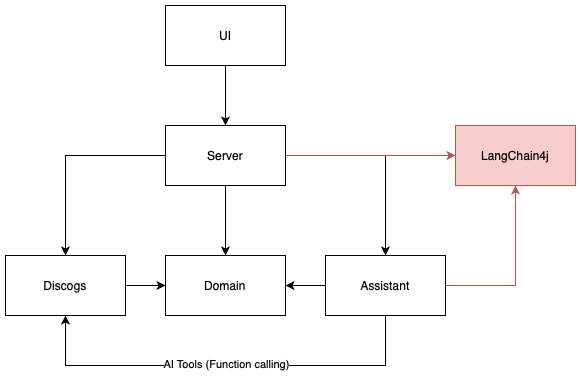
The draw.io diagram assets/vinyl-recommender-architecture.png in gpr-indevelopment/ai-vinyl-specialist, before a commit. Source tidied: cells renumbered, new cells last; positions are measured from the earlier drawing's top-left corner, leaving out a move shared by most shapes.
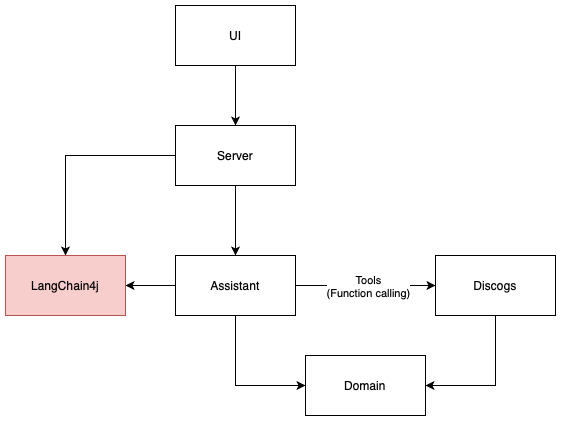
Above is the later version.

Change to the diagram source:
```diff
@@ -2,51 +2,40 @@
   <root>
     <mxCell id="0" />
     <mxCell id="1" parent="0" />
-    <mxCell id="2" style="edgeStyle=orthogonalEdgeStyle;rounded=0;jettySize=auto;html=1;" parent="1" edge="1" source="6" target="8">
-      <mxGeometry relative="1" as="geometry" />
-    </mxCell>
     <mxCell id="3" style="edgeStyle=orthogonalEdgeStyle;rounded=0;jettySize=auto;html=1;entryX=0.5;entryY=0;entryDx=0;entryDy=0;" parent="1" edge="1" source="6" target="9">
       <mxGeometry relative="1" as="geometry" />
     </mxCell>
-    <mxCell id="4" style="edgeStyle=orthogonalEdgeStyle;rounded=0;jettySize=auto;html=1;" parent="1" edge="1" source="6" target="14">
-      <mxGeometry relative="1" as="geometry" />
-    </mxCell>
-    <mxCell id="5" style="edgeStyle=orthogonalEdgeStyle;rounded=0;jettySize=auto;html=1;entryX=0;entryY=0.5;entryDx=0;entryDy=0;fillColor=#f8cecc;strokeColor=#b85450;" parent="1" edge="1" source="6" target="17">
+    <mxCell id="5" style="edgeStyle=orthogonalEdgeStyle;rounded=0;jettySize=auto;html=1;" parent="1" edge="1" source="6" target="17">
       <mxGeometry relative="1" as="geometry" />
     </mxCell>
     <mxCell id="6" value="Server" style="rounded=0;whiteSpace=wrap;html=1;" parent="1" vertex="1">
       <mxGeometry x="160" y="120" width="120" height="60" as="geometry" />
     </mxCell>
-    <mxCell id="7" style="edgeStyle=orthogonalEdgeStyle;rounded=0;jettySize=auto;html=1;entryX=0;entryY=0.5;entryDx=0;entryDy=0;" parent="1" edge="1" source="8" target="9">
-      <mxGeometry relative="1" as="geometry" />
-    </mxCell>
-    <mxCell id="8" value="Discogs" style="rounded=0;whiteSpace=wrap;html=1;" parent="1" vertex="1">
-      <mxGeometry y="250" width="120" height="60" as="geometry" />
+    <mxCell id="8" value="Domain" style="rounded=0;whiteSpace=wrap;html=1;" parent="1" vertex="1">
+      <mxGeometry x="290" y="350" width="120" height="60" as="geometry" />
     </mxCell>
+    <mxCell id="18" style="edgeStyle=orthogonalEdgeStyle;rounded=0;jettySize=auto;html=1;entryX=0;entryY=0.5;entryDx=0;entryDy=0;" parent="1" edge="1" source="9" target="14">
+      <mxGeometry relative="1" as="geometry" />
+    </mxCell>
+    <mxCell id="19" value="Tools&lt;div&gt;(Function calling)&lt;/div&gt;" style="edgeLabel;html=1;align=center;verticalAlign=middle;" parent="18" vertex="1">
+      <mxGeometry x="0.24" y="-2" relative="1" as="geometry">
+        <mxPoint x="-15" y="-2" as="offset" />
+      </mxGeometry>
+    </mxCell>
+    <mxCell id="20" style="edgeStyle=orthogonalEdgeStyle;rounded=0;jettySize=auto;html=1;entryX=0;entryY=0.5;entryDx=0;entryDy=0;exitX=0.5;exitY=1;exitDx=0;exitDy=0;" parent="1" edge="1" source="9" target="8">
+      <mxGeometry relative="1" as="geometry" />
+    </mxCell>
+    <mxCell id="21" style="edgeStyle=orthogonalEdgeStyle;rounded=0;jettySize=auto;html=1;entryX=1;entryY=0.5;entryDx=0;entryDy=0;" parent="1" edge="1" source="9" target="17">
+      <mxGeometry relative="1" as="geometry" />
+    </mxCell>
-    <mxCell id="9" value="Domain" style="rounded=0;whiteSpace=wrap;html=1;" parent="1" vertex="1">
+    <mxCell id="9" value="Assistant" style="rounded=0;whiteSpace=wrap;html=1;" parent="1" vertex="1">
       <mxGeometry x="160" y="250" width="120" height="60" as="geometry" />
     </mxCell>
-    <mxCell id="10" style="edgeStyle=orthogonalEdgeStyle;rounded=0;jettySize=auto;html=1;entryX=1;entryY=0.5;entryDx=0;entryDy=0;" parent="1" edge="1" source="14" target="9">
-      <mxGeometry relative="1" as="geometry" />
-    </mxCell>
-    <mxCell id="11" style="edgeStyle=orthogonalEdgeStyle;rounded=0;jettySize=auto;html=1;entryX=0.5;entryY=1;entryDx=0;entryDy=0;fillColor=#f8cecc;strokeColor=#b85450;" parent="1" edge="1" source="14" target="17">
-      <mxGeometry relative="1" as="geometry" />
-    </mxCell>
-    <mxCell id="12" style="edgeStyle=orthogonalEdgeStyle;rounded=0;jettySize=auto;html=1;entryX=0.5;entryY=1;entryDx=0;entryDy=0;" parent="1" edge="1" source="14" target="8">
-      <mxGeometry relative="1" as="geometry">
-        <Array as="points">
-          <mxPoint x="380" y="360" />
-          <mxPoint x="60" y="360" />
-        </Array>
-      </mxGeometry>
+    <mxCell id="12" style="edgeStyle=orthogonalEdgeStyle;rounded=0;jettySize=auto;html=1;entryX=1;entryY=0.5;entryDx=0;entryDy=0;exitX=0.5;exitY=1;exitDx=0;exitDy=0;" parent="1" edge="1" source="14" target="8">
+      <mxGeometry relative="1" as="geometry" />
     </mxCell>
-    <mxCell id="13" value="AI Tools (Function calling)" style="edgeLabel;html=1;align=center;verticalAlign=middle;" parent="12" vertex="1">
-      <mxGeometry x="-0.17" y="-2" relative="1" as="geometry">
-        <mxPoint x="-36" as="offset" />
-      </mxGeometry>
-    </mxCell>
-    <mxCell id="14" value="Assistant" style="rounded=0;whiteSpace=wrap;html=1;" parent="1" vertex="1">
-      <mxGeometry x="320" y="250" width="120" height="60" as="geometry" />
+    <mxCell id="14" value="Discogs" style="rounded=0;whiteSpace=wrap;html=1;" parent="1" vertex="1">
+      <mxGeometry x="420" y="250" width="120" height="60" as="geometry" />
     </mxCell>
     <mxCell id="15" style="edgeStyle=orthogonalEdgeStyle;rounded=0;jettySize=auto;html=1;entryX=0.5;entryY=0;entryDx=0;entryDy=0;" parent="1" edge="1" source="16" target="6">
       <mxGeometry relative="1" as="geometry" />
@@ -55,7 +44,7 @@
       <mxGeometry x="160" width="120" height="60" as="geometry" />
     </mxCell>
     <mxCell id="17" value="LangChain4j" style="rounded=0;whiteSpace=wrap;html=1;fillColor=#f8cecc;strokeColor=#b85450;" parent="1" vertex="1">
-      <mxGeometry x="450" y="120" width="120" height="60" as="geometry" />
+      <mxGeometry x="-10" y="250" width="120" height="60" as="geometry" />
     </mxCell>
   </root>
 </mxGraphModel>
```
